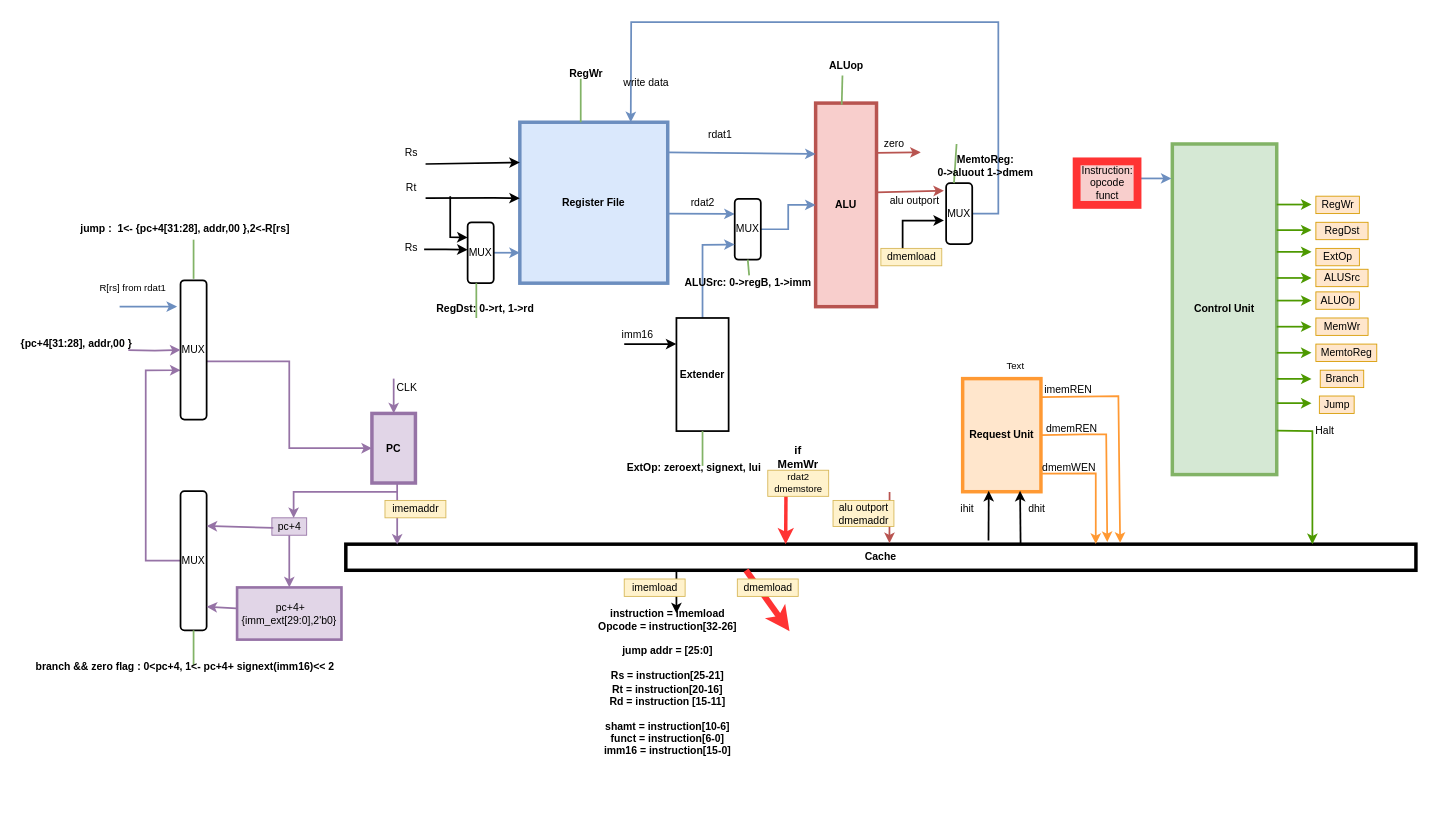
vickyfyq/ece437 keeps this draw.io diagram as single_cycle.drawio. Above is the earlier version. Source tidied: cells renumbered, new cells numbered last; positions are measured from the earlier drawing's top-left corner, leaving out a move shared by most shapes. Both pictures are drawn from the tidied source at 87%, with x=0, y=0 at pixel (15, 22).
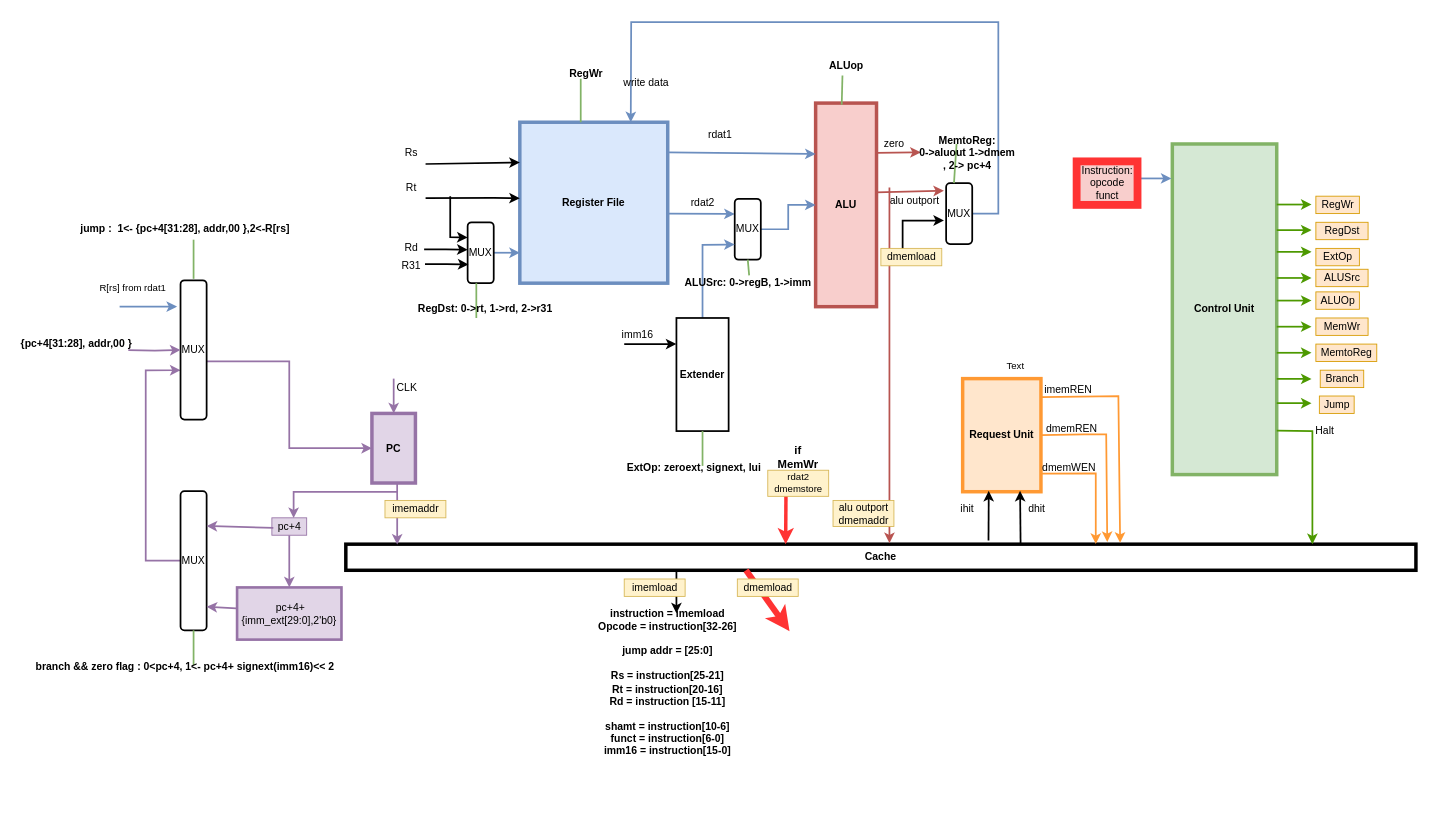
The same page after the edit.

The change refers to these unchanged cells:
```xml
<mxCell id="26" value="&lt;b&gt;Cache&lt;/b&gt;" style="rounded=0;whiteSpace=wrap;html=1;strokeWidth=4;" parent="1" vertex="1">
  <mxGeometry x="380" y="600" width="1230" height="30" as="geometry" />
</mxCell>
<mxCell id="80" value="alu outport" style="text;html=1;strokeColor=none;fillColor=none;align=center;verticalAlign=middle;whiteSpace=wrap;rounded=0;fontColor=#000000;" parent="1" vertex="1">
  <mxGeometry x="989" y="190" width="90" height="30" as="geometry" />
</mxCell>
```

The edit, as a diff of the source:
```diff
@@
-    <mxCell id="39" value="Rs" style="text;html=1;align=center;verticalAlign=middle;strokeColor=none;fillColor=none;fontColor=#000000;" parent="1" vertex="1">
+    <mxCell id="39" value="Rd" style="text;html=1;align=center;verticalAlign=middle;strokeColor=none;fillColor=none;fontColor=#000000;" parent="1" vertex="1">
       <mxGeometry x="440" y="250" width="30" height="20" as="geometry" />
     </mxCell>
@@
-    <mxCell id="44" value="RegDst: 0-&amp;gt;rt, 1-&amp;gt;rd" style="text;html=1;align=center;verticalAlign=middle;strokeColor=none;fillColor=none;fontColor=#000000;fontStyle=1;" parent="1" vertex="1">
-      <mxGeometry x="475" y="320" width="130" height="20" as="geometry" />
+    <mxCell id="44" value="RegDst: 0-&amp;gt;rt, 1-&amp;gt;rd, 2-&amp;gt;r31" style="text;html=1;align=center;verticalAlign=middle;strokeColor=none;fillColor=none;fontColor=#000000;fontStyle=1;" parent="1" vertex="1">
+      <mxGeometry x="455" y="320" width="170" height="20" as="geometry" />
     </mxCell>
@@
-    <mxCell id="81" style="endArrow=classic;html=1;rounded=0;fontColor=#000000;strokeColor=#b85450;strokeWidth=2;fillColor=#f8cecc;entryX=0.508;entryY=-0.039;entryDx=0;entryDy=0;entryPerimeter=0;" parent="1" edge="1" target="26">
-      <mxGeometry relative="1" as="geometry">
-        <mxPoint x="1005" y="540" as="sourcePoint" />
-      </mxGeometry>
+    <mxCell id="81" style="endArrow=classic;html=1;rounded=0;fontColor=#000000;strokeColor=#b85450;strokeWidth=2;fillColor=#f8cecc;entryX=0.508;entryY=-0.039;entryDx=0;entryDy=0;entryPerimeter=0;exitX=0.176;exitY=0;exitDx=0;exitDy=0;exitPerimeter=0;" parent="1" edge="1" source="80" target="26">
+      <mxGeometry relative="1" as="geometry" />
     </mxCell>
@@
-    <mxCell id="87" value="&lt;div&gt;MemtoReg:&lt;/div&gt;&lt;div&gt; 0-&amp;gt;aluout 1-&amp;gt;dmem&lt;/div&gt;" style="text;html=1;align=center;verticalAlign=middle;strokeColor=none;fillColor=none;fontColor=#000000;strokeWidth=1;fontStyle=1;" parent="1" vertex="1">
-      <mxGeometry x="1050" y="150" width="130" height="30" as="geometry" />
+    <mxCell id="87" value="&lt;div&gt;MemtoReg:&lt;/div&gt;&lt;div&gt; 0-&amp;gt;aluout 1-&amp;gt;dmem&lt;/div&gt;, 2-&amp;gt; pc+4" style="text;html=1;align=center;verticalAlign=middle;strokeColor=none;fillColor=none;fontColor=#000000;strokeWidth=1;fontStyle=1;" parent="1" vertex="1">
+      <mxGeometry x="1029" y="125" width="130" height="50" as="geometry" />
     </mxCell>
@@
+    <mxCell id="114" style="endArrow=classic;html=1;rounded=0;strokeWidth=2;entryX=0;entryY=0.25;entryDx=0;entryDy=0;" parent="1" edge="1">
+      <mxGeometry relative="1" as="geometry">
+        <mxPoint x="471" y="278" as="sourcePoint" />
+        <mxPoint x="521" y="278.5" as="targetPoint" />
+        <Array as="points">
+          <mxPoint x="496" y="278" />
+        </Array>
+      </mxGeometry>
+    </mxCell>
+    <mxCell id="115" value="R31" style="text;html=1;align=center;verticalAlign=middle;strokeColor=none;fillColor=none;fontColor=#000000;" parent="1" vertex="1">
+      <mxGeometry x="435" y="270" width="40" height="20" as="geometry" />
+    </mxCell>
```
